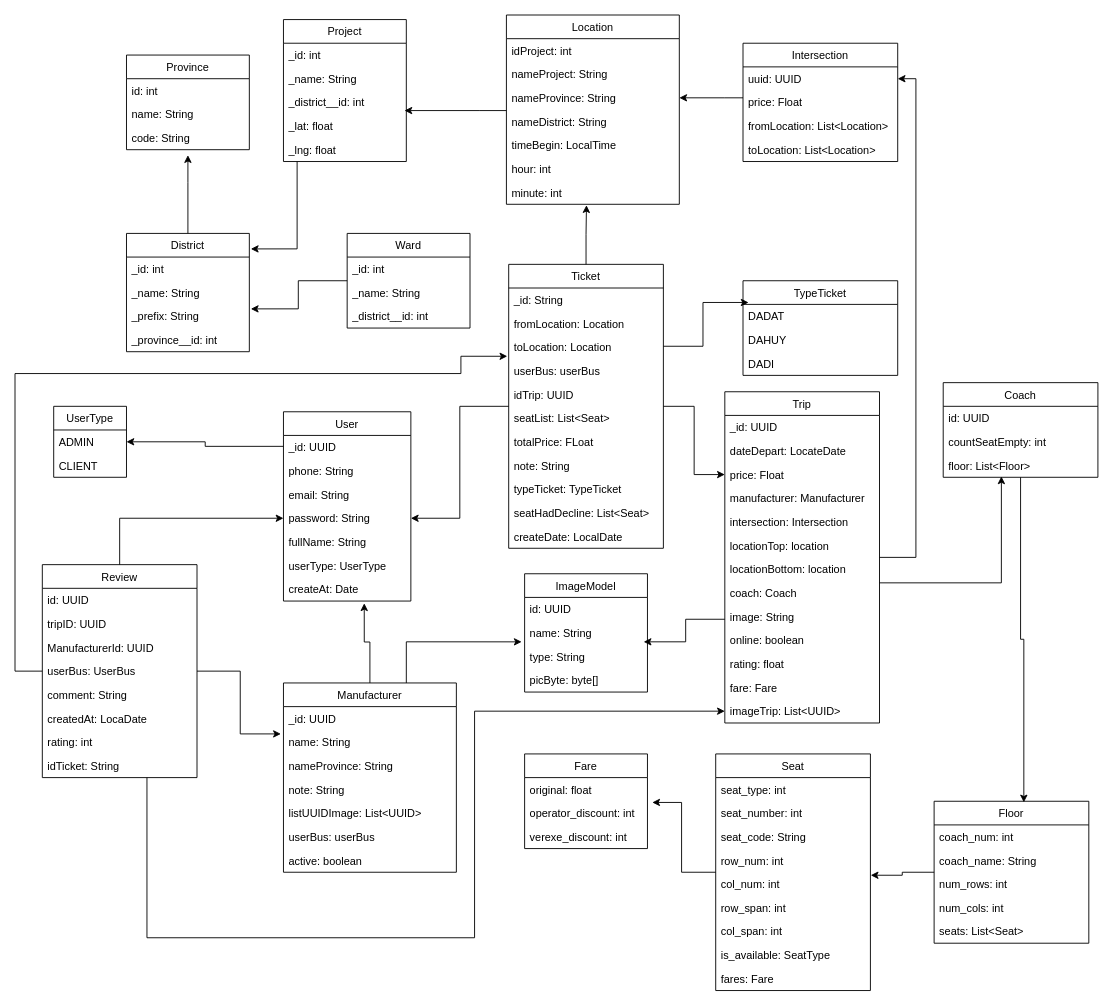
Earlier version of the draw.io diagram Untitled Diagram.drawio (quannguyen1999/manage-disks). Source tidied: cells renumbered, new cells numbered last; positions are measured from the earlier drawing's top-left corner, leaving out a move shared by most shapes. Both pictures are drawn from the tidied source at 91%, with x=0, y=0 at pixel (15, 15).
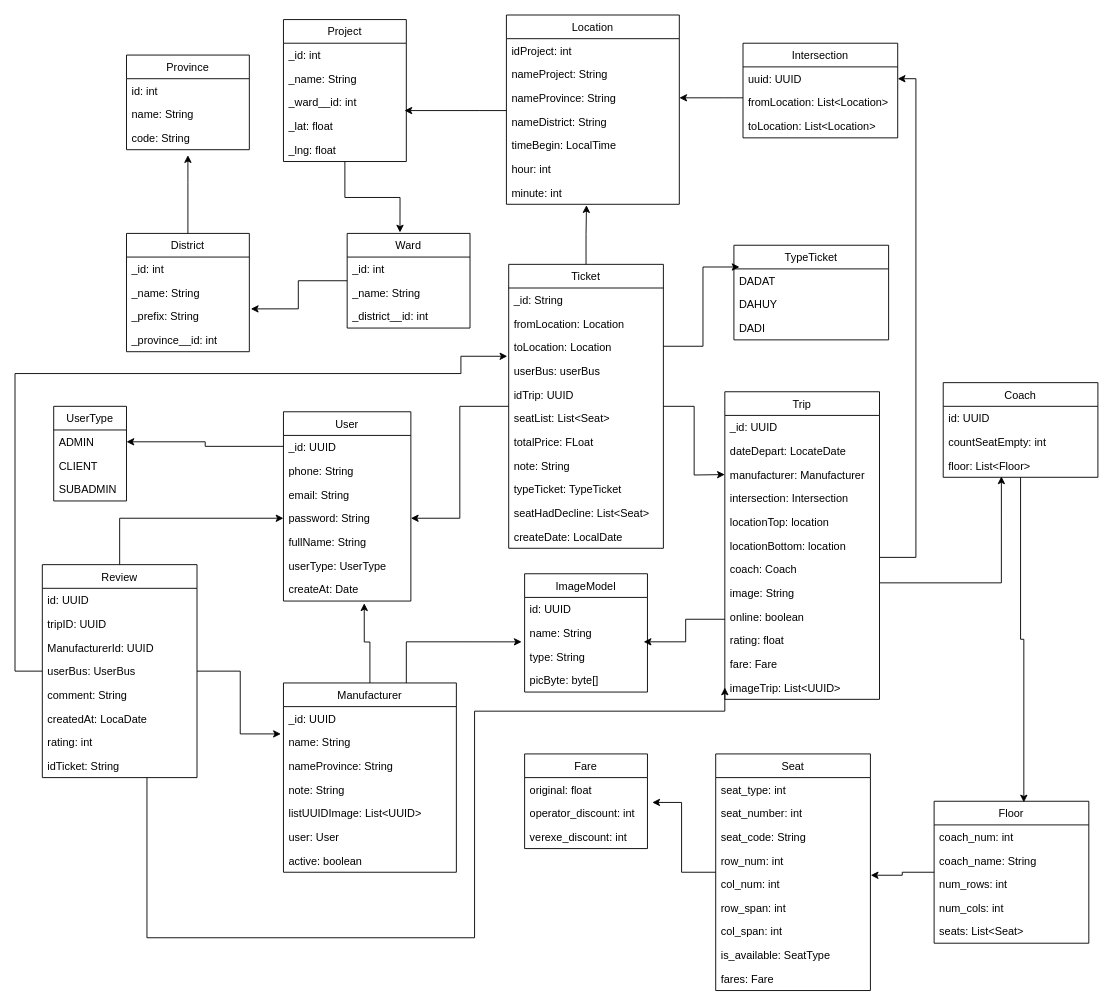
The same page after the edit.

The change refers to these unchanged cells:
```xml
<mxCell id="15" value="Ward" style="swimlane;fontStyle=0;horizontal=1;startSize=26;fillColor=none;" parent="1" vertex="1">
  <mxGeometry x="365" y="240" width="135" height="104" as="geometry" />
</mxCell>
<mxCell id="20" value="District" style="swimlane;fontStyle=0;horizontal=1;startSize=26;fillColor=none;" parent="1" vertex="1">
  <mxGeometry x="122.5" y="240" width="135" height="130" as="geometry" />
</mxCell>
<mxCell id="30" value="Project" style="swimlane;fontStyle=0;horizontal=1;startSize=26;fillColor=none;" parent="1" vertex="1">
  <mxGeometry x="295" y="5" width="135" height="156" as="geometry" />
</mxCell>
<mxCell id="43" value="Manufacturer" style="swimlane;fontStyle=0;horizontal=1;startSize=26;fillColor=none;" parent="1" vertex="1">
  <mxGeometry x="295" y="734" width="190" height="208" as="geometry" />
</mxCell>
<mxCell id="107" value="DADAT" style="text;strokeColor=none;fillColor=none;align=left;verticalAlign=top;spacingLeft=4;spacingRight=4;overflow=hidden;points=[[0,0.5],[1,0.5]];portConstraint=eastwest;" parent="106" vertex="1">
  <mxGeometry y="26" width="170" height="26" as="geometry" />
</mxCell>
<mxCell id="114" value="Ticket" style="swimlane;fontStyle=0;horizontal=1;startSize=26;fillColor=none;" parent="1" vertex="1">
  <mxGeometry x="542.5" y="274" width="170" height="312" as="geometry" />
</mxCell>
```

What changed in the source:
```diff
@@
     <mxCell id="2" value="UserType" style="swimlane;fontStyle=0;horizontal=1;startSize=26;fillColor=none;" parent="1" vertex="1">
-      <mxGeometry x="42.5" y="430" width="80" height="78" as="geometry" />
+      <mxGeometry x="42.5" y="430" width="80" height="104" as="geometry" />
     </mxCell>
@@
+    <mxCell id="143" value="SUBADMIN" style="text;strokeColor=none;fillColor=none;align=left;verticalAlign=top;spacingLeft=4;spacingRight=4;overflow=hidden;" parent="2" vertex="1">
+      <mxGeometry y="78" width="80" height="26" as="geometry" />
+    </mxCell>
@@
-    <mxCell id="29" style="edgeStyle=orthogonalEdgeStyle;rounded=0;jettySize=auto;html=1;entryX=1.012;entryY=0.131;entryDx=0;entryDy=0;entryPerimeter=0;" parent="1" edge="1" source="30" target="20">
-      <mxGeometry relative="1" as="geometry">
-        <Array as="points">
-          <mxPoint x="310" y="96" />
-          <mxPoint x="310" y="257" />
-        </Array>
-      </mxGeometry>
-    </mxCell>
+    <mxCell id="144" style="edgeStyle=orthogonalEdgeStyle;rounded=0;jettySize=auto;html=1;entryX=0.43;entryY=-0.01;entryDx=0;entryDy=0;entryPerimeter=0;" parent="1" edge="1" source="30" target="15">
+      <mxGeometry relative="1" as="geometry" />
+    </mxCell>
@@
-    <mxCell id="33" value="_district__id: int" style="text;strokeColor=none;fillColor=none;align=left;verticalAlign=top;spacingLeft=4;spacingRight=4;overflow=hidden;" parent="30" vertex="1">
+    <mxCell id="33" value="_ward__id: int" style="text;strokeColor=none;fillColor=none;align=left;verticalAlign=top;spacingLeft=4;spacingRight=4;overflow=hidden;" parent="30" vertex="1">
       <mxGeometry y="78" width="135" height="26" as="geometry" />
     </mxCell>
@@
-    <mxCell id="49" value="userBus: userBus" style="text;strokeColor=none;fillColor=none;align=left;verticalAlign=top;spacingLeft=4;spacingRight=4;overflow=hidden;" parent="43" vertex="1">
+    <mxCell id="49" value="user: User" style="text;strokeColor=none;fillColor=none;align=left;verticalAlign=top;spacingLeft=4;spacingRight=4;overflow=hidden;" parent="43" vertex="1">
       <mxGeometry y="156" width="190" height="26" as="geometry" />
     </mxCell>
@@
     <mxCell id="61" value="Intersection" style="swimlane;fontStyle=0;horizontal=1;startSize=26;fillColor=none;" parent="1" vertex="1">
-      <mxGeometry x="800" y="31" width="170" height="130" as="geometry" />
+      <mxGeometry x="800" y="31" width="170" height="104" as="geometry" />
     </mxCell>
@@
-    <mxCell id="63" value="price: Float" style="text;strokeColor=none;fillColor=none;align=left;verticalAlign=top;spacingLeft=4;spacingRight=4;overflow=hidden;" parent="61" vertex="1">
-      <mxGeometry y="52" width="170" height="26" as="geometry" />
-    </mxCell>
     <mxCell id="64" value="fromLocation: List&lt;Location&gt;" style="text;strokeColor=none;fillColor=none;align=left;verticalAlign=top;spacingLeft=4;spacingRight=4;overflow=hidden;" parent="61" vertex="1">
-      <mxGeometry y="78" width="170" height="26" as="geometry" />
+      <mxGeometry y="52" width="170" height="26" as="geometry" />
     </mxCell>
     <mxCell id="65" value="toLocation: List&lt;Location&gt;" style="text;strokeColor=none;fillColor=none;align=left;verticalAlign=top;spacingLeft=4;spacingRight=4;overflow=hidden;" parent="61" vertex="1">
-      <mxGeometry y="104" width="170" height="26" as="geometry" />
+      <mxGeometry y="78" width="170" height="26" as="geometry" />
     </mxCell>
@@
     <mxCell id="87" value="Trip" style="swimlane;fontStyle=0;horizontal=1;startSize=26;fillColor=none;" parent="1" vertex="1">
-      <mxGeometry x="780" y="414" width="170" height="364" as="geometry" />
+      <mxGeometry x="780" y="414" width="170" height="338" as="geometry" />
     </mxCell>
@@
-    <mxCell id="90" value="price: Float" style="text;strokeColor=none;fillColor=none;align=left;verticalAlign=top;spacingLeft=4;spacingRight=4;overflow=hidden;points=[[0,0.5],[1,0.5]];portConstraint=eastwest;" parent="87" vertex="1">
-      <mxGeometry y="78" width="170" height="26" as="geometry" />
-    </mxCell>
     <mxCell id="91" value="manufacturer: Manufacturer" style="text;strokeColor=none;fillColor=none;align=left;verticalAlign=top;spacingLeft=4;spacingRight=4;overflow=hidden;" parent="87" vertex="1">
-      <mxGeometry y="104" width="170" height="26" as="geometry" />
+      <mxGeometry y="78" width="170" height="26" as="geometry" />
     </mxCell>
     <mxCell id="92" value="intersection: Intersection" style="text;strokeColor=none;fillColor=none;align=left;verticalAlign=top;spacingLeft=4;spacingRight=4;overflow=hidden;" parent="87" vertex="1">
-      <mxGeometry y="130" width="170" height="26" as="geometry" />
+      <mxGeometry y="104" width="170" height="26" as="geometry" />
     </mxCell>
     <mxCell id="93" value="locationTop: location" style="text;strokeColor=none;fillColor=none;align=left;verticalAlign=top;spacingLeft=4;spacingRight=4;overflow=hidden;" parent="87" vertex="1">
-      <mxGeometry y="156" width="170" height="26" as="geometry" />
+      <mxGeometry y="130" width="170" height="26" as="geometry" />
     </mxCell>
     <mxCell id="94" value="locationBottom: location" style="text;strokeColor=none;fillColor=none;align=left;verticalAlign=top;spacingLeft=4;spacingRight=4;overflow=hidden;" parent="87" vertex="1">
-      <mxGeometry y="182" width="170" height="26" as="geometry" />
+      <mxGeometry y="156" width="170" height="26" as="geometry" />
     </mxCell>
     <mxCell id="95" value="coach: Coach" style="text;strokeColor=none;fillColor=none;align=left;verticalAlign=top;spacingLeft=4;spacingRight=4;overflow=hidden;" parent="87" vertex="1">
-      <mxGeometry y="208" width="170" height="26" as="geometry" />
+      <mxGeometry y="182" width="170" height="26" as="geometry" />
     </mxCell>
     <mxCell id="96" value="image: String" style="text;strokeColor=none;fillColor=none;align=left;verticalAlign=top;spacingLeft=4;spacingRight=4;overflow=hidden;" parent="87" vertex="1">
-      <mxGeometry y="234" width="170" height="26" as="geometry" />
+      <mxGeometry y="208" width="170" height="26" as="geometry" />
     </mxCell>
     <mxCell id="97" value="online: boolean" style="text;strokeColor=none;fillColor=none;align=left;verticalAlign=top;spacingLeft=4;spacingRight=4;overflow=hidden;" parent="87" vertex="1">
-      <mxGeometry y="260" width="170" height="26" as="geometry" />
+      <mxGeometry y="234" width="170" height="26" as="geometry" />
     </mxCell>
     <mxCell id="98" value="rating: float" style="text;strokeColor=none;fillColor=none;align=left;verticalAlign=top;spacingLeft=4;spacingRight=4;overflow=hidden;" parent="87" vertex="1">
-      <mxGeometry y="286" width="170" height="26" as="geometry" />
+      <mxGeometry y="260" width="170" height="26" as="geometry" />
     </mxCell>
     <mxCell id="99" value="fare: Fare" style="text;strokeColor=none;fillColor=none;align=left;verticalAlign=top;spacingLeft=4;spacingRight=4;overflow=hidden;" parent="87" vertex="1">
-      <mxGeometry y="312" width="170" height="26" as="geometry" />
+      <mxGeometry y="286" width="170" height="26" as="geometry" />
     </mxCell>
     <mxCell id="100" value="imageTrip: List&lt;UUID&gt;" style="text;strokeColor=none;fillColor=none;align=left;verticalAlign=top;spacingLeft=4;spacingRight=4;overflow=hidden;points=[[0,0.5],[1,0.5]];portConstraint=eastwest;" parent="87" vertex="1">
-      <mxGeometry y="338" width="170" height="26" as="geometry" />
+      <mxGeometry y="312" width="170" height="26" as="geometry" />
     </mxCell>
@@
     <mxCell id="106" value="TypeTicket" style="swimlane;fontStyle=0;horizontal=1;startSize=26;fillColor=none;" parent="1" vertex="1">
-      <mxGeometry x="800" y="292" width="170" height="104" as="geometry" />
+      <mxGeometry x="790" y="253" width="170" height="104" as="geometry" />
     </mxCell>
@@
-    <mxCell id="111" style="edgeStyle=orthogonalEdgeStyle;rounded=0;jettySize=auto;html=1;entryX=0;entryY=0.5;entryDx=0;entryDy=0;" parent="1" edge="1" source="114" target="90">
-      <mxGeometry relative="1" as="geometry" />
+    <mxCell id="111" style="edgeStyle=orthogonalEdgeStyle;rounded=0;jettySize=auto;html=1;entryX=0;entryY=0.5;entryDx=0;entryDy=0;" parent="1" edge="1" source="114">
+      <mxGeometry relative="1" as="geometry">
+        <mxPoint x="780" y="505" as="targetPoint" />
+      </mxGeometry>
     </mxCell>
     <mxCell id="112" style="edgeStyle=orthogonalEdgeStyle;rounded=0;jettySize=auto;html=1;entryX=0.036;entryY=-0.081;entryDx=0;entryDy=0;entryPerimeter=0;" parent="1" edge="1" source="114" target="107">
       <mxGeometry relative="1" as="geometry">
         <Array as="points">
           <mxPoint x="756" y="364" />
-          <mxPoint x="756" y="316" />
+          <mxPoint x="756" y="277" />
         </Array>
       </mxGeometry>
     </mxCell>
```
